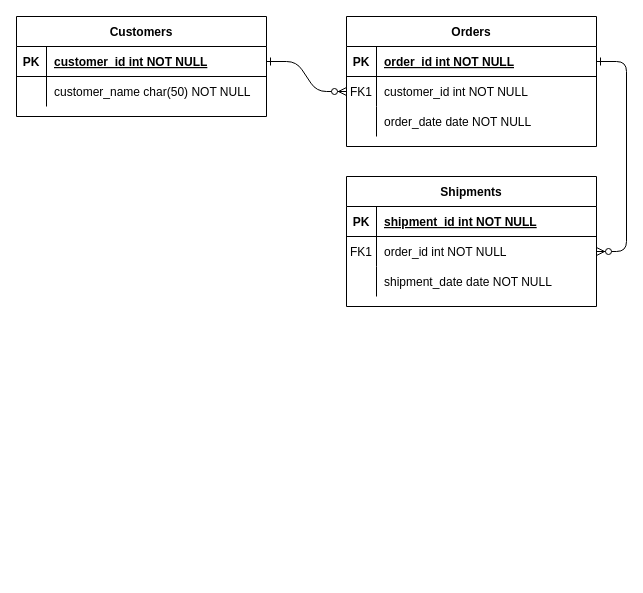
bizeasy17/investtrack keeps this draw.io diagram as Untitled Diagram.drawio. Above is the earlier version. Source tidied: cells renumbered, new cells numbered last; positions are measured from the earlier drawing's top-left corner, leaving out a move shared by most shapes. Both pictures are drawn from the tidied source at 100%, with x=0, y=0 at pixel (16, 16).
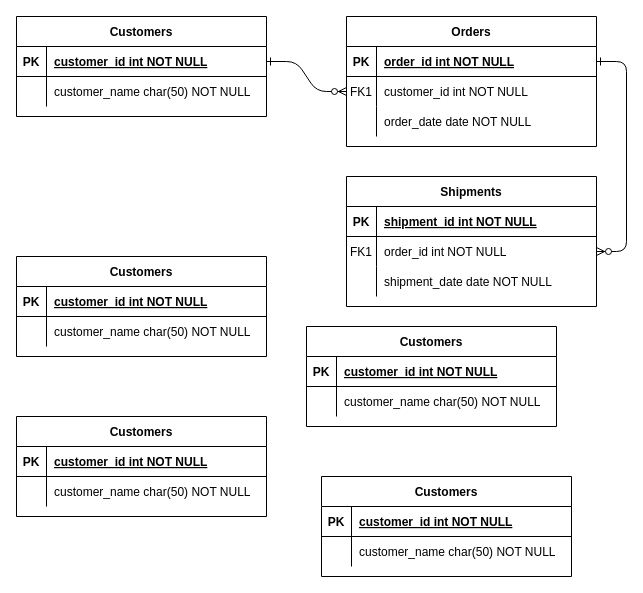
After the change.

The edit, as a diff of the source:
```diff
@@
+    <mxCell id="31" value="Customers" style="shape=table;startSize=30;childLayout=tableLayout;rowLines=0;fontStyle=1;align=center;" parent="1" vertex="1">
+      <mxGeometry y="240" width="250" height="100" as="geometry" />
+    </mxCell>
+    <mxCell id="32" style="shape=partialRectangle;fillColor=none;top=0;left=0;right=0;bottom=1;" parent="31" vertex="1">
+      <mxGeometry y="30" width="250" height="30" as="geometry" />
+    </mxCell>
+    <mxCell id="33" value="PK" style="shape=partialRectangle;overflow=hidden;fillColor=none;top=0;left=0;bottom=0;right=0;fontStyle=1;" parent="32" vertex="1">
+      <mxGeometry width="30" height="30" as="geometry" />
+    </mxCell>
+    <mxCell id="34" value="customer_id int NOT NULL " style="shape=partialRectangle;overflow=hidden;fillColor=none;top=0;left=0;bottom=0;right=0;align=left;spacingLeft=6;fontStyle=5;" parent="32" vertex="1">
+      <mxGeometry x="30" width="220" height="30" as="geometry" />
+    </mxCell>
+    <mxCell id="35" style="shape=partialRectangle;fillColor=none;top=0;left=0;right=0;bottom=0;" parent="31" vertex="1">
+      <mxGeometry y="60" width="250" height="30" as="geometry" />
+    </mxCell>
+    <mxCell id="36" style="shape=partialRectangle;overflow=hidden;fillColor=none;top=0;left=0;bottom=0;right=0;" parent="35" vertex="1">
+      <mxGeometry width="30" height="30" as="geometry" />
+    </mxCell>
+    <mxCell id="37" value="customer_name char(50) NOT NULL" style="shape=partialRectangle;overflow=hidden;fillColor=none;top=0;left=0;bottom=0;right=0;align=left;spacingLeft=6;" parent="35" vertex="1">
+      <mxGeometry x="30" width="220" height="30" as="geometry" />
+    </mxCell>
+    <mxCell id="38" value="Customers" style="shape=table;startSize=30;childLayout=tableLayout;rowLines=0;fontStyle=1;align=center;" parent="1" vertex="1">
+      <mxGeometry x="290" y="310" width="250" height="100" as="geometry" />
+    </mxCell>
+    <mxCell id="39" style="shape=partialRectangle;fillColor=none;top=0;left=0;right=0;bottom=1;" parent="38" vertex="1">
+      <mxGeometry y="30" width="250" height="30" as="geometry" />
+    </mxCell>
+    <mxCell id="40" value="PK" style="shape=partialRectangle;overflow=hidden;fillColor=none;top=0;left=0;bottom=0;right=0;fontStyle=1;" parent="39" vertex="1">
+      <mxGeometry width="30" height="30" as="geometry" />
+    </mxCell>
+    <mxCell id="41" value="customer_id int NOT NULL " style="shape=partialRectangle;overflow=hidden;fillColor=none;top=0;left=0;bottom=0;right=0;align=left;spacingLeft=6;fontStyle=5;" parent="39" vertex="1">
+      <mxGeometry x="30" width="220" height="30" as="geometry" />
+    </mxCell>
+    <mxCell id="42" style="shape=partialRectangle;fillColor=none;top=0;left=0;right=0;bottom=0;" parent="38" vertex="1">
+      <mxGeometry y="60" width="250" height="30" as="geometry" />
+    </mxCell>
+    <mxCell id="43" style="shape=partialRectangle;overflow=hidden;fillColor=none;top=0;left=0;bottom=0;right=0;" parent="42" vertex="1">
+      <mxGeometry width="30" height="30" as="geometry" />
+    </mxCell>
+    <mxCell id="44" value="customer_name char(50) NOT NULL" style="shape=partialRectangle;overflow=hidden;fillColor=none;top=0;left=0;bottom=0;right=0;align=left;spacingLeft=6;" parent="42" vertex="1">
+      <mxGeometry x="30" width="220" height="30" as="geometry" />
+    </mxCell>
+    <mxCell id="45" value="Customers" style="shape=table;startSize=30;childLayout=tableLayout;rowLines=0;fontStyle=1;align=center;" parent="1" vertex="1">
+      <mxGeometry y="400" width="250" height="100" as="geometry" />
+    </mxCell>
+    <mxCell id="46" style="shape=partialRectangle;fillColor=none;top=0;left=0;right=0;bottom=1;" parent="45" vertex="1">
+      <mxGeometry y="30" width="250" height="30" as="geometry" />
+    </mxCell>
+    <mxCell id="47" value="PK" style="shape=partialRectangle;overflow=hidden;fillColor=none;top=0;left=0;bottom=0;right=0;fontStyle=1;" parent="46" vertex="1">
+      <mxGeometry width="30" height="30" as="geometry" />
+    </mxCell>
+    <mxCell id="48" value="customer_id int NOT NULL " style="shape=partialRectangle;overflow=hidden;fillColor=none;top=0;left=0;bottom=0;right=0;align=left;spacingLeft=6;fontStyle=5;" parent="46" vertex="1">
+      <mxGeometry x="30" width="220" height="30" as="geometry" />
+    </mxCell>
+    <mxCell id="49" style="shape=partialRectangle;fillColor=none;top=0;left=0;right=0;bottom=0;" parent="45" vertex="1">
+      <mxGeometry y="60" width="250" height="30" as="geometry" />
+    </mxCell>
+    <mxCell id="50" style="shape=partialRectangle;overflow=hidden;fillColor=none;top=0;left=0;bottom=0;right=0;" parent="49" vertex="1">
+      <mxGeometry width="30" height="30" as="geometry" />
+    </mxCell>
+    <mxCell id="51" value="customer_name char(50) NOT NULL" style="shape=partialRectangle;overflow=hidden;fillColor=none;top=0;left=0;bottom=0;right=0;align=left;spacingLeft=6;" parent="49" vertex="1">
+      <mxGeometry x="30" width="220" height="30" as="geometry" />
+    </mxCell>
+    <mxCell id="52" value="Customers" style="shape=table;startSize=30;childLayout=tableLayout;rowLines=0;fontStyle=1;align=center;" parent="1" vertex="1">
+      <mxGeometry x="305" y="460" width="250" height="100" as="geometry" />
+    </mxCell>
+    <mxCell id="53" style="shape=partialRectangle;fillColor=none;top=0;left=0;right=0;bottom=1;" parent="52" vertex="1">
+      <mxGeometry y="30" width="250" height="30" as="geometry" />
+    </mxCell>
+    <mxCell id="54" value="PK" style="shape=partialRectangle;overflow=hidden;fillColor=none;top=0;left=0;bottom=0;right=0;fontStyle=1;" parent="53" vertex="1">
+      <mxGeometry width="30" height="30" as="geometry" />
+    </mxCell>
+    <mxCell id="55" value="customer_id int NOT NULL " style="shape=partialRectangle;overflow=hidden;fillColor=none;top=0;left=0;bottom=0;right=0;align=left;spacingLeft=6;fontStyle=5;" parent="53" vertex="1">
+      <mxGeometry x="30" width="220" height="30" as="geometry" />
+    </mxCell>
+    <mxCell id="56" style="shape=partialRectangle;fillColor=none;top=0;left=0;right=0;bottom=0;" parent="52" vertex="1">
+      <mxGeometry y="60" width="250" height="30" as="geometry" />
+    </mxCell>
+    <mxCell id="57" style="shape=partialRectangle;overflow=hidden;fillColor=none;top=0;left=0;bottom=0;right=0;" parent="56" vertex="1">
+      <mxGeometry width="30" height="30" as="geometry" />
+    </mxCell>
+    <mxCell id="58" value="customer_name char(50) NOT NULL" style="shape=partialRectangle;overflow=hidden;fillColor=none;top=0;left=0;bottom=0;right=0;align=left;spacingLeft=6;" parent="56" vertex="1">
+      <mxGeometry x="30" width="220" height="30" as="geometry" />
+    </mxCell>
```
